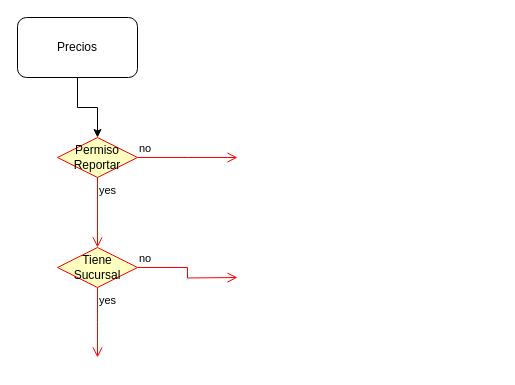
Earlier version of the draw.io diagram page "Precios" (6 of 6) of Proyecto.drawio (rrpovando/ProyectoDB). Source tidied: cells renumbered, new cells numbered last; positions are measured from the earlier drawing's top-left corner, leaving out a move shared by most shapes. Both pictures are drawn from the tidied source at 100%, with x=0, y=0 at pixel (17, 17).
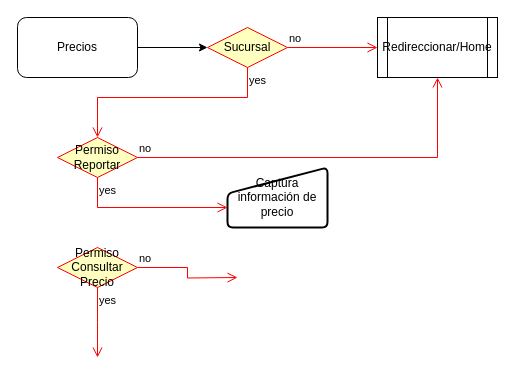
After the change.

Diff of the diagram source:
```diff
@@
 <mxGraphModel>
   <root>
     <mxCell id="0" />
     <mxCell id="1" parent="0" />
-    <mxCell id="2" style="edgeStyle=orthogonalEdgeStyle;rounded=0;jettySize=auto;html=1;strokeColor=#000000;" parent="1" edge="1" source="3" target="4">
+    <mxCell id="2" style="edgeStyle=orthogonalEdgeStyle;rounded=0;jettySize=auto;html=1;strokeColor=#000000;" parent="1" edge="1" source="3" target="10">
       <mxGeometry relative="1" as="geometry" />
     </mxCell>
     <mxCell id="3" value="Precios" style="rounded=1;whiteSpace=wrap;html=1;" parent="1" vertex="1">
       <mxGeometry width="120" height="60" as="geometry" />
     </mxCell>
     <mxCell id="4" value="Permiso Reportar" style="rhombus;whiteSpace=wrap;html=1;fillColor=#ffffc0;strokeColor=#ff0000;" parent="1" vertex="1">
       <mxGeometry x="40" y="120" width="80" height="40" as="geometry" />
     </mxCell>
-    <mxCell id="5" value="no" style="edgeStyle=orthogonalEdgeStyle;html=1;align=left;verticalAlign=bottom;endArrow=open;endSize=8;strokeColor=#ff0000;rounded=0;" parent="1" edge="1" source="4">
-      <mxGeometry x="-1" relative="1" as="geometry">
-        <mxPoint x="220" y="140" as="targetPoint" />
-      </mxGeometry>
+    <mxCell id="5" value="no" style="edgeStyle=orthogonalEdgeStyle;html=1;align=left;verticalAlign=bottom;endArrow=open;endSize=8;strokeColor=#ff0000;rounded=0;" parent="1" edge="1" source="4" target="13">
+      <mxGeometry x="-1" relative="1" as="geometry" />
     </mxCell>
-    <mxCell id="6" value="yes" style="edgeStyle=orthogonalEdgeStyle;html=1;align=left;verticalAlign=top;endArrow=open;endSize=8;strokeColor=#ff0000;rounded=0;entryX=0.5;entryY=0;entryDx=0;entryDy=0;" parent="1" edge="1" source="4" target="7">
-      <mxGeometry x="-1" relative="1" as="geometry" />
+    <mxCell id="6" value="yes" style="edgeStyle=orthogonalEdgeStyle;html=1;align=left;verticalAlign=top;endArrow=open;endSize=8;strokeColor=#ff0000;rounded=0;" parent="1" edge="1" source="4" target="14">
+      <mxGeometry x="-1" relative="1" as="geometry">
+        <Array as="points">
+          <mxPoint x="80" y="190" />
+        </Array>
+      </mxGeometry>
     </mxCell>
-    <mxCell id="7" value="Tiene&lt;br&gt;Sucursal" style="rhombus;whiteSpace=wrap;html=1;fillColor=#ffffc0;strokeColor=#ff0000;" parent="1" vertex="1">
+    <mxCell id="7" value="Permiso Consultar Precio" style="rhombus;whiteSpace=wrap;html=1;fillColor=#ffffc0;strokeColor=#ff0000;" parent="1" vertex="1">
       <mxGeometry x="40" y="230" width="80" height="40" as="geometry" />
     </mxCell>
     <mxCell id="8" value="no" style="edgeStyle=orthogonalEdgeStyle;html=1;align=left;verticalAlign=bottom;endArrow=open;endSize=8;strokeColor=#ff0000;rounded=0;" parent="1" edge="1" source="7">
       <mxGeometry x="-1" relative="1" as="geometry">
         <mxPoint x="220" y="260" as="targetPoint" />
       </mxGeometry>
     </mxCell>
     <mxCell id="9" value="yes" style="edgeStyle=orthogonalEdgeStyle;html=1;align=left;verticalAlign=top;endArrow=open;endSize=8;strokeColor=#ff0000;rounded=0;" parent="1" edge="1" source="7">
       <mxGeometry x="-1" relative="1" as="geometry">
         <mxPoint x="80" y="340" as="targetPoint" />
       </mxGeometry>
     </mxCell>
+    <mxCell id="10" value="Sucursal" style="rhombus;whiteSpace=wrap;html=1;fillColor=#ffffc0;strokeColor=#ff0000;" parent="1" vertex="1">
+      <mxGeometry x="190" y="10" width="80" height="40" as="geometry" />
+    </mxCell>
+    <mxCell id="11" value="no" style="edgeStyle=orthogonalEdgeStyle;html=1;align=left;verticalAlign=bottom;endArrow=open;endSize=8;strokeColor=#ff0000;rounded=0;entryX=0;entryY=0.5;entryDx=0;entryDy=0;" parent="1" edge="1" source="10" target="13">
+      <mxGeometry x="-1" relative="1" as="geometry" />
+    </mxCell>
+    <mxCell id="12" value="yes" style="edgeStyle=orthogonalEdgeStyle;html=1;align=left;verticalAlign=top;endArrow=open;endSize=8;strokeColor=#ff0000;rounded=0;entryX=0.5;entryY=0;entryDx=0;entryDy=0;exitX=0.5;exitY=1;exitDx=0;exitDy=0;" parent="1" edge="1" source="10" target="4">
+      <mxGeometry x="-1" relative="1" as="geometry">
+        <Array as="points">
+          <mxPoint x="230" y="80" />
+          <mxPoint x="80" y="80" />
+        </Array>
+      </mxGeometry>
+    </mxCell>
+    <mxCell id="13" value="Redireccionar/Home" style="shape=process;whiteSpace=wrap;html=1;backgroundOutline=1;size=0.08333333333333333;" parent="1" vertex="1">
+      <mxGeometry x="360" width="120" height="60" as="geometry" />
+    </mxCell>
+    <mxCell id="14" value="Captura información de precio" style="html=1;strokeWidth=2;shape=manualInput;whiteSpace=wrap;rounded=1;size=26;arcSize=11;" parent="1" vertex="1">
+      <mxGeometry x="210" y="150" width="100" height="60" as="geometry" />
+    </mxCell>
   </root>
 </mxGraphModel>
```
